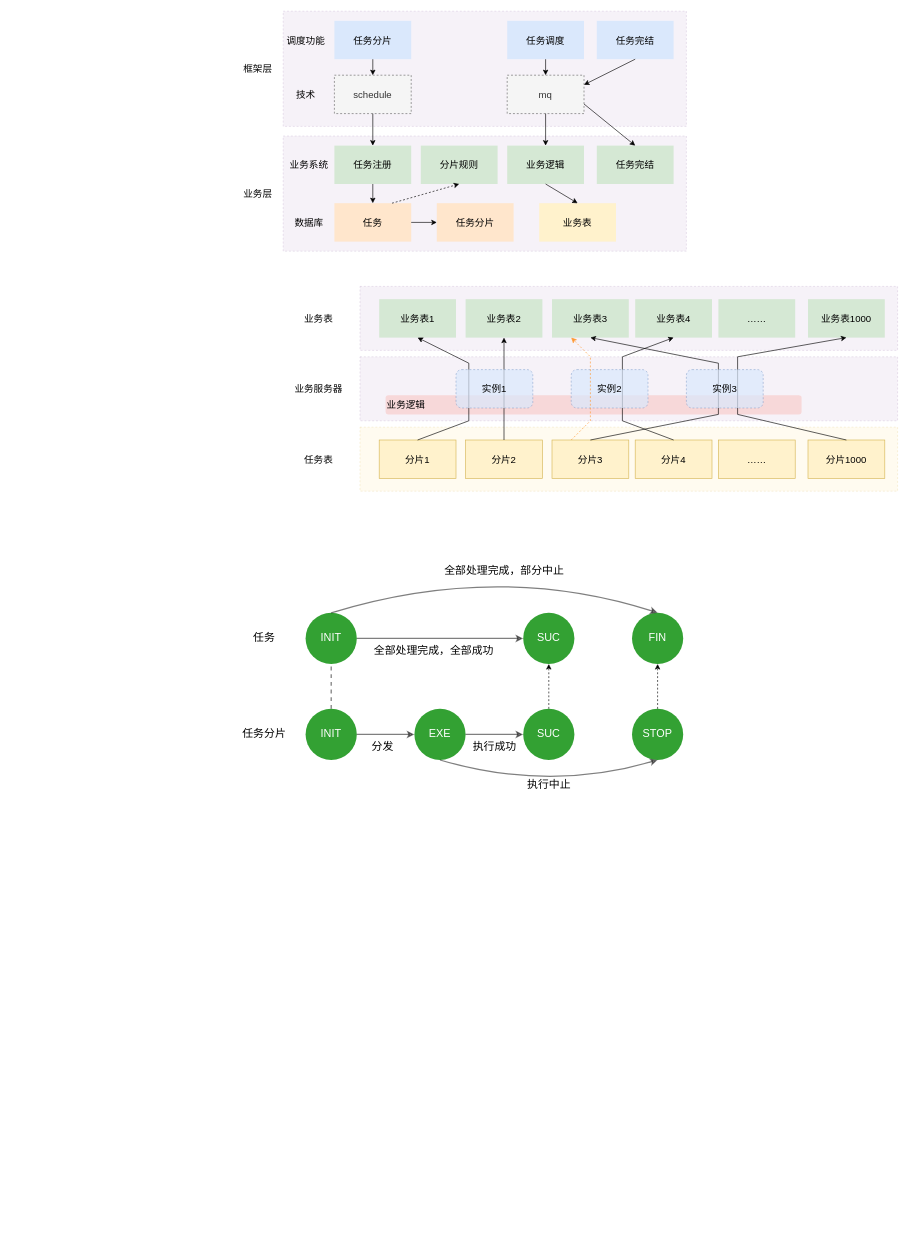
Before: save/schedulerbatch.drawio in wengyingjian/draw.io, a draw.io diagram. Source tidied: cells renumbered, new cells numbered last; positions are measured from the earlier drawing's top-left corner, leaving out a move shared by most shapes. Both pictures are drawn from the tidied source at 64%, with x=0, y=0 at pixel (235, 11).
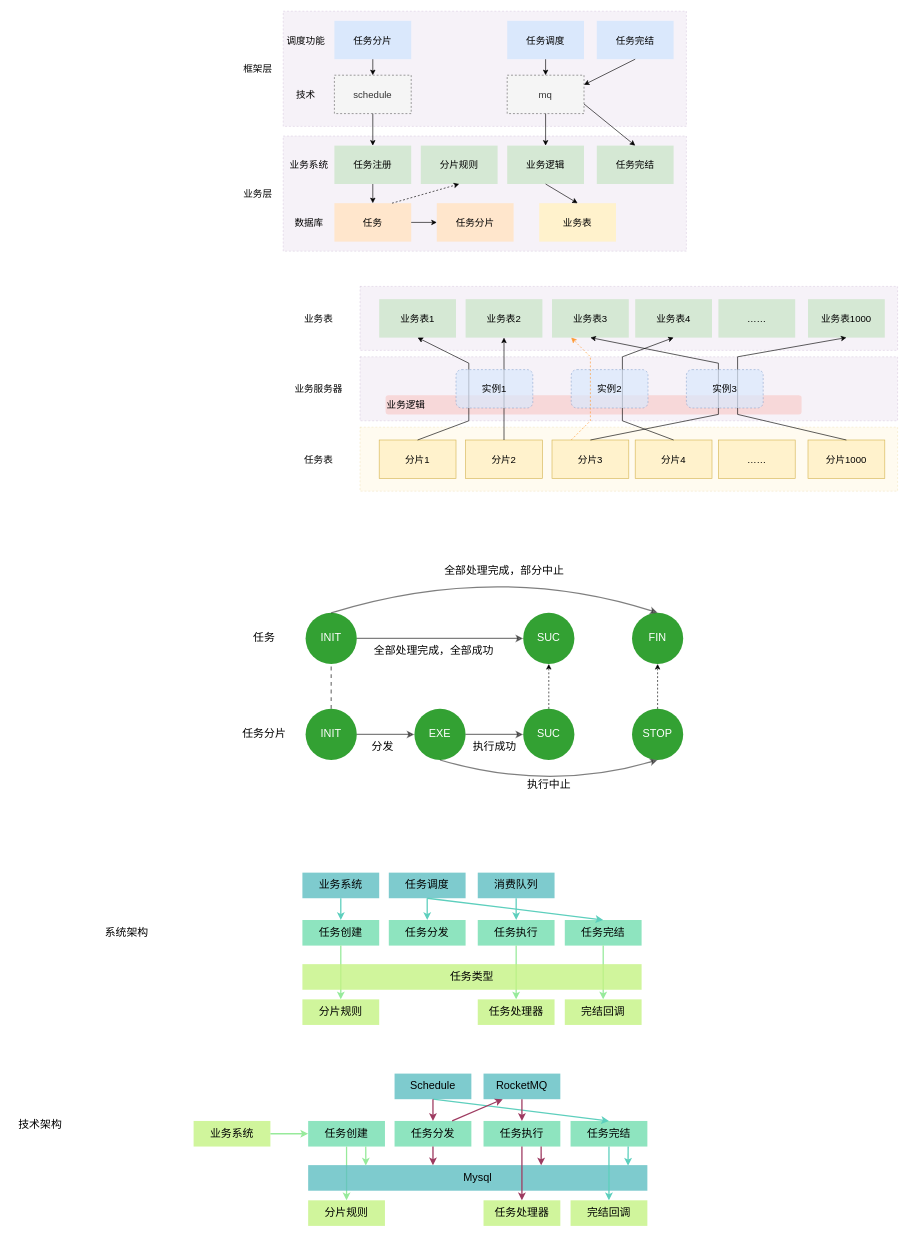
Above is the later version.

Diff of the diagram source:
```diff
@@
+    <mxCell id="82" style="edgeStyle=orthogonalEdgeStyle;curved=1;jumpSize=3;jettySize=auto;html=1;exitX=0.5;exitY=1;exitDx=0;exitDy=0;entryX=0.5;entryY=0;entryDx=0;entryDy=0;strokeColor=#5DCFBD;strokeWidth=2;fontSize=17;" parent="1" edge="1" source="83" target="86">
+      <mxGeometry relative="1" as="geometry" />
+    </mxCell>
+    <mxCell id="83" value="业务系统" style="rounded=0;whiteSpace=wrap;html=1;strokeColor=none;fontSize=17;opacity=80;fillColor=#5EBFC2;" parent="1" vertex="1">
+      <mxGeometry x="105" y="1346" width="120" height="40" as="geometry" />
+    </mxCell>
+    <mxCell id="84" value="任务调度" style="rounded=0;whiteSpace=wrap;html=1;strokeColor=none;fontSize=17;opacity=80;fillColor=#5EBFC2;" parent="1" vertex="1">
+      <mxGeometry x="240" y="1346" width="120" height="40" as="geometry" />
+    </mxCell>
+    <mxCell id="85" value="消费队列" style="rounded=0;whiteSpace=wrap;html=1;strokeColor=none;fontSize=17;opacity=80;fillColor=#5EBFC2;" parent="1" vertex="1">
+      <mxGeometry x="379" y="1346" width="120" height="40" as="geometry" />
+    </mxCell>
+    <mxCell id="86" value="任务创建" style="rounded=0;whiteSpace=wrap;html=1;strokeColor=none;fontSize=17;opacity=80;fillColor=#72DEAF;" parent="1" vertex="1">
+      <mxGeometry x="105" y="1420" width="120" height="40" as="geometry" />
+    </mxCell>
+    <mxCell id="87" value="任务分发" style="rounded=0;whiteSpace=wrap;html=1;strokeColor=none;fontSize=17;opacity=80;fillColor=#72DEAF;" parent="1" vertex="1">
+      <mxGeometry x="240" y="1420" width="120" height="40" as="geometry" />
+    </mxCell>
+    <mxCell id="88" value="任务完结" style="rounded=0;whiteSpace=wrap;html=1;strokeColor=none;fontSize=17;opacity=80;fillColor=#72DEAF;" parent="1" vertex="1">
+      <mxGeometry x="515" y="1420" width="120" height="40" as="geometry" />
+    </mxCell>
+    <mxCell id="89" value="任务执行" style="rounded=0;whiteSpace=wrap;html=1;strokeColor=none;fontSize=17;opacity=80;fillColor=#72DEAF;" parent="1" vertex="1">
+      <mxGeometry x="379" y="1420" width="120" height="40" as="geometry" />
+    </mxCell>
+    <mxCell id="90" style="endArrow=classic;html=1;rounded=1;strokeColor=#5DCFBD;strokeWidth=2;fontSize=17;jumpSize=3;exitX=0.5;exitY=1;exitDx=0;exitDy=0;entryX=0.5;entryY=0;entryDx=0;entryDy=0;" parent="1" edge="1" source="84" target="88">
+      <mxGeometry relative="1" as="geometry" />
+    </mxCell>
+    <mxCell id="91" style="endArrow=classic;html=1;rounded=1;strokeColor=#5DCFBD;strokeWidth=2;fontSize=17;jumpSize=3;exitX=0.5;exitY=1;exitDx=0;exitDy=0;entryX=0.5;entryY=0;entryDx=0;entryDy=0;" parent="1" edge="1" source="85" target="89">
+      <mxGeometry relative="1" as="geometry" />
+    </mxCell>
+    <mxCell id="92" style="endArrow=classic;html=1;rounded=1;strokeColor=#5DCFBD;strokeWidth=2;fontSize=17;jumpSize=3;exitX=0.5;exitY=1;exitDx=0;exitDy=0;entryX=0.5;entryY=0;entryDx=0;entryDy=0;" parent="1" edge="1" source="84" target="87">
+      <mxGeometry relative="1" as="geometry" />
+    </mxCell>
+    <mxCell id="93" value="分片规则" style="rounded=0;whiteSpace=wrap;html=1;strokeColor=none;fontSize=17;opacity=80;fillColor=#C5F384;" parent="1" vertex="1">
+      <mxGeometry x="105" y="1544" width="120" height="40" as="geometry" />
+    </mxCell>
+    <mxCell id="94" value="任务处理器" style="rounded=0;whiteSpace=wrap;html=1;strokeColor=none;fontSize=17;opacity=80;fillColor=#C5F384;" parent="1" vertex="1">
+      <mxGeometry x="379" y="1544" width="120" height="40" as="geometry" />
+    </mxCell>
+    <mxCell id="95" value="完结回调" style="rounded=0;whiteSpace=wrap;html=1;strokeColor=none;fontSize=17;opacity=80;fillColor=#C5F384;" parent="1" vertex="1">
+      <mxGeometry x="515" y="1544" width="120" height="40" as="geometry" />
+    </mxCell>
+    <mxCell id="96" style="endArrow=classic;html=1;rounded=1;strokeColor=#97EA9B;strokeWidth=2;fontSize=17;jumpSize=3;exitX=0.5;exitY=1;exitDx=0;exitDy=0;entryX=0.5;entryY=0;entryDx=0;entryDy=0;" parent="1" edge="1" source="86" target="93">
+      <mxGeometry relative="1" as="geometry" />
+    </mxCell>
+    <mxCell id="97" style="endArrow=classic;html=1;rounded=1;strokeColor=#97EA9B;strokeWidth=2;fontSize=17;jumpSize=3;exitX=0.5;exitY=1;exitDx=0;exitDy=0;entryX=0.5;entryY=0;entryDx=0;entryDy=0;" parent="1" edge="1" source="89" target="94">
+      <mxGeometry relative="1" as="geometry" />
+    </mxCell>
+    <mxCell id="98" style="endArrow=classic;html=1;rounded=1;strokeColor=#97EA9B;strokeWidth=2;fontSize=17;jumpSize=3;exitX=0.5;exitY=1;exitDx=0;exitDy=0;entryX=0.5;entryY=0;entryDx=0;entryDy=0;" parent="1" edge="1" source="88" target="95">
+      <mxGeometry relative="1" as="geometry" />
+    </mxCell>
+    <mxCell id="99" value="任务类型" style="rounded=0;whiteSpace=wrap;html=1;strokeColor=none;fontSize=17;opacity=80;fillColor=#C5F384;" parent="1" vertex="1">
+      <mxGeometry x="105" y="1489" width="530" height="40" as="geometry" />
+    </mxCell>
+    <mxCell id="100" value="业务系统" style="rounded=0;whiteSpace=wrap;html=1;strokeColor=none;fontSize=17;opacity=80;fillColor=#C5F384;" parent="1" vertex="1">
+      <mxGeometry x="-65" y="1734" width="120" height="40" as="geometry" />
+    </mxCell>
+    <mxCell id="101" value="Schedule" style="rounded=0;whiteSpace=wrap;html=1;strokeColor=none;fontSize=17;opacity=80;fillColor=#5EBFC2;" parent="1" vertex="1">
+      <mxGeometry x="249" y="1660" width="120" height="40" as="geometry" />
+    </mxCell>
+    <mxCell id="102" value="RocketMQ" style="rounded=0;whiteSpace=wrap;html=1;strokeColor=none;fontSize=17;opacity=80;fillColor=#5EBFC2;" parent="1" vertex="1">
+      <mxGeometry x="388" y="1660" width="120" height="40" as="geometry" />
+    </mxCell>
+    <mxCell id="103" value="任务创建" style="rounded=0;whiteSpace=wrap;html=1;strokeColor=none;fontSize=17;opacity=80;fillColor=#72DEAF;" parent="1" vertex="1">
+      <mxGeometry x="114" y="1734" width="120" height="40" as="geometry" />
+    </mxCell>
+    <mxCell id="104" value="任务分发" style="rounded=0;whiteSpace=wrap;html=1;strokeColor=none;fontSize=17;opacity=80;fillColor=#72DEAF;" parent="1" vertex="1">
+      <mxGeometry x="249" y="1734" width="120" height="40" as="geometry" />
+    </mxCell>
+    <mxCell id="105" value="任务完结" style="rounded=0;whiteSpace=wrap;html=1;strokeColor=none;fontSize=17;opacity=80;fillColor=#72DEAF;" parent="1" vertex="1">
+      <mxGeometry x="524" y="1734" width="120" height="40" as="geometry" />
+    </mxCell>
+    <mxCell id="106" value="任务执行" style="rounded=0;whiteSpace=wrap;html=1;strokeColor=none;fontSize=17;opacity=80;fillColor=#72DEAF;" parent="1" vertex="1">
+      <mxGeometry x="388" y="1734" width="120" height="40" as="geometry" />
+    </mxCell>
+    <mxCell id="107" style="endArrow=classic;html=1;rounded=1;strokeColor=#5DCFBD;strokeWidth=2;fontSize=17;jumpSize=3;exitX=0.5;exitY=1;exitDx=0;exitDy=0;entryX=0.5;entryY=0;entryDx=0;entryDy=0;" parent="1" edge="1" source="101" target="105">
+      <mxGeometry relative="1" as="geometry" />
+    </mxCell>
+    <mxCell id="108" style="endArrow=classic;html=1;rounded=1;strokeColor=#9E3B61;strokeWidth=2;fontSize=17;jumpSize=3;exitX=0.5;exitY=1;exitDx=0;exitDy=0;" parent="1" edge="1" source="101" target="104">
+      <mxGeometry relative="1" as="geometry" />
+    </mxCell>
+    <mxCell id="109" value="分片规则" style="rounded=0;whiteSpace=wrap;html=1;strokeColor=none;fontSize=17;opacity=80;fillColor=#C5F384;" parent="1" vertex="1">
+      <mxGeometry x="114" y="1858" width="120" height="40" as="geometry" />
+    </mxCell>
+    <mxCell id="110" value="任务处理器" style="rounded=0;whiteSpace=wrap;html=1;strokeColor=none;fontSize=17;opacity=80;fillColor=#C5F384;" parent="1" vertex="1">
+      <mxGeometry x="388" y="1858" width="120" height="40" as="geometry" />
+    </mxCell>
+    <mxCell id="111" value="完结回调" style="rounded=0;whiteSpace=wrap;html=1;strokeColor=none;fontSize=17;opacity=80;fillColor=#C5F384;" parent="1" vertex="1">
+      <mxGeometry x="524" y="1858" width="120" height="40" as="geometry" />
+    </mxCell>
+    <mxCell id="112" style="endArrow=classic;html=1;rounded=1;strokeColor=#97EA9B;strokeWidth=2;fontSize=17;jumpSize=3;exitX=0.5;exitY=1;exitDx=0;exitDy=0;entryX=0.5;entryY=0;entryDx=0;entryDy=0;" parent="1" edge="1" source="103" target="109">
+      <mxGeometry relative="1" as="geometry" />
+    </mxCell>
+    <mxCell id="113" value="Mysql" style="rounded=0;whiteSpace=wrap;html=1;strokeColor=none;fontSize=17;opacity=80;fillColor=#5EBFC2;" parent="1" vertex="1">
+      <mxGeometry x="114" y="1803" width="530" height="40" as="geometry" />
+    </mxCell>
+    <mxCell id="114" style="endArrow=classic;html=1;rounded=1;strokeColor=#97EA9B;strokeWidth=2;fontSize=17;jumpSize=3;exitX=1;exitY=0.5;exitDx=0;exitDy=0;entryX=0;entryY=0.5;entryDx=0;entryDy=0;" parent="1" edge="1" source="100" target="103">
+      <mxGeometry relative="1" as="geometry" />
+    </mxCell>
+    <mxCell id="115" style="endArrow=classic;html=1;rounded=1;strokeColor=#97EA9B;strokeWidth=2;fontSize=17;jumpSize=3;exitX=0.75;exitY=1;exitDx=0;exitDy=0;entryX=0.17;entryY=0.016;entryDx=0;entryDy=0;entryPerimeter=0;" parent="1" edge="1" source="103" target="113">
+      <mxGeometry relative="1" as="geometry" />
+    </mxCell>
+    <mxCell id="116" style="endArrow=classic;html=1;rounded=1;strokeColor=#5DCFBD;strokeWidth=2;fontSize=17;jumpSize=3;exitX=0.5;exitY=1;exitDx=0;exitDy=0;entryX=0.5;entryY=0;entryDx=0;entryDy=0;" parent="1" edge="1" source="105" target="111">
+      <mxGeometry relative="1" as="geometry" />
+    </mxCell>
+    <mxCell id="117" style="endArrow=classic;html=1;rounded=1;strokeColor=#9E3B61;strokeWidth=2;fontSize=17;jumpSize=3;exitX=0.5;exitY=1;exitDx=0;exitDy=0;entryX=0.368;entryY=0.008;entryDx=0;entryDy=0;entryPerimeter=0;" parent="1" edge="1" source="104" target="113">
+      <mxGeometry relative="1" as="geometry" />
+    </mxCell>
+    <mxCell id="118" style="endArrow=classic;html=1;rounded=1;strokeColor=#9E3B61;strokeWidth=2;fontSize=17;jumpSize=3;exitX=0.75;exitY=0;exitDx=0;exitDy=0;entryX=0.25;entryY=1;entryDx=0;entryDy=0;" parent="1" edge="1" source="104" target="102">
+      <mxGeometry relative="1" as="geometry" />
+    </mxCell>
+    <mxCell id="119" style="endArrow=classic;html=1;rounded=1;strokeColor=#9E3B61;strokeWidth=2;fontSize=17;jumpSize=3;exitX=0.5;exitY=1;exitDx=0;exitDy=0;" parent="1" edge="1" source="102" target="106">
+      <mxGeometry relative="1" as="geometry" />
+    </mxCell>
+    <mxCell id="120" style="endArrow=classic;html=1;rounded=1;strokeColor=#9E3B61;strokeWidth=2;fontSize=17;jumpSize=3;exitX=0.5;exitY=1;exitDx=0;exitDy=0;entryX=0.5;entryY=0;entryDx=0;entryDy=0;" parent="1" edge="1" source="106" target="110">
+      <mxGeometry relative="1" as="geometry" />
+    </mxCell>
+    <mxCell id="121" style="endArrow=classic;html=1;rounded=1;strokeColor=#9E3B61;strokeWidth=2;fontSize=17;jumpSize=3;exitX=0.75;exitY=1;exitDx=0;exitDy=0;entryX=0.687;entryY=0.01;entryDx=0;entryDy=0;entryPerimeter=0;" parent="1" edge="1" source="106" target="113">
+      <mxGeometry relative="1" as="geometry" />
+    </mxCell>
+    <mxCell id="122" style="endArrow=classic;html=1;rounded=1;strokeColor=#5DCFBD;strokeWidth=2;fontSize=17;jumpSize=3;exitX=0.75;exitY=1;exitDx=0;exitDy=0;entryX=0.943;entryY=0.021;entryDx=0;entryDy=0;entryPerimeter=0;" parent="1" edge="1" source="105" target="113">
+      <mxGeometry relative="1" as="geometry" />
+    </mxCell>
+    <mxCell id="123" value="系统架构" style="text;html=1;align=center;verticalAlign=middle;strokeColor=none;fillColor=none;fontSize=17;opacity=80;" parent="1" vertex="1">
+      <mxGeometry x="-215" y="1425" width="90" height="30" as="geometry" />
+    </mxCell>
+    <mxCell id="124" value="技术架构" style="text;html=1;align=center;verticalAlign=middle;strokeColor=none;fillColor=none;fontSize=17;" parent="1" vertex="1">
+      <mxGeometry x="-350" y="1725" width="90" height="30" as="geometry" />
+    </mxCell>
```
